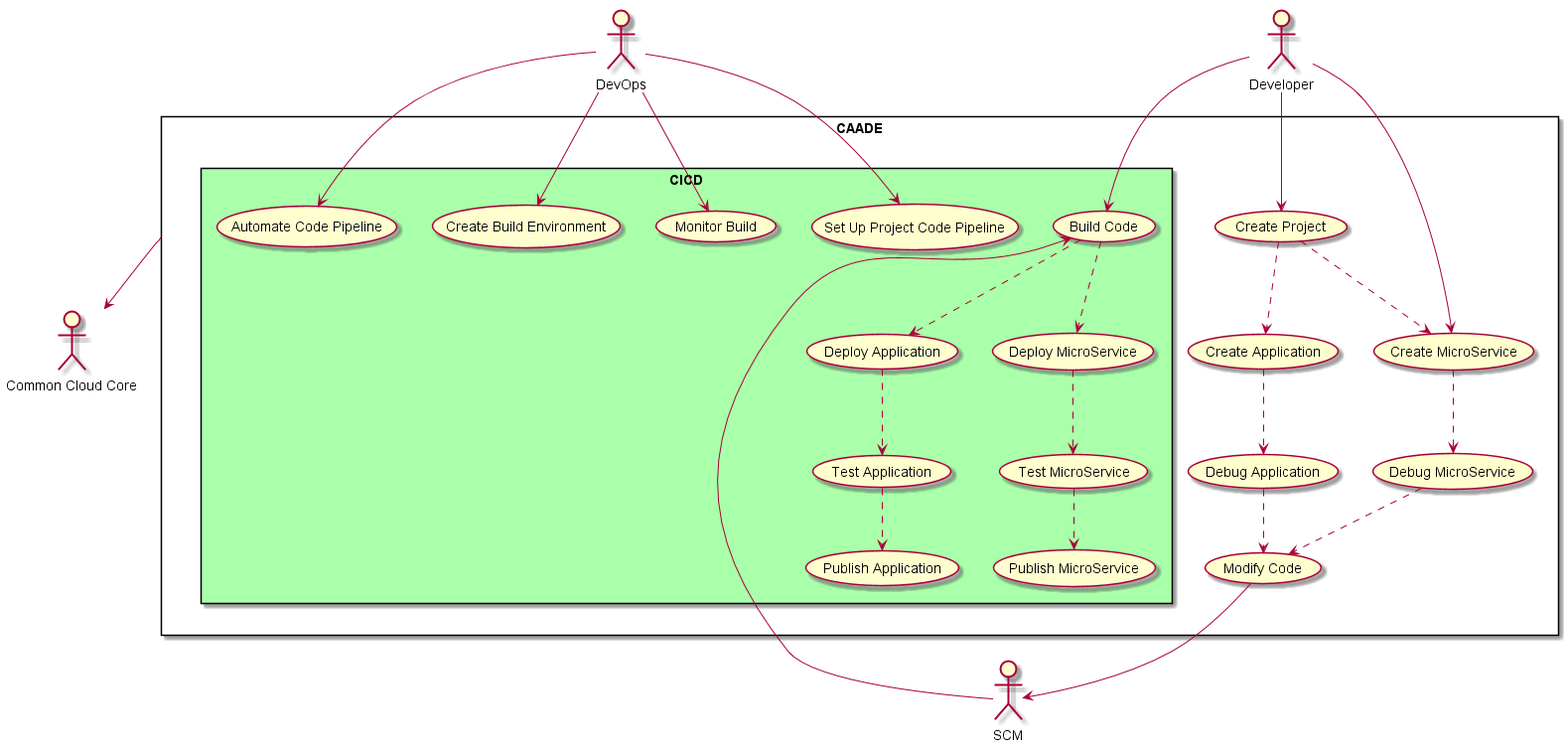
The PlantUML diagram docs/UseCases/UseCases.png in CAADE/CAADE, before a commit.
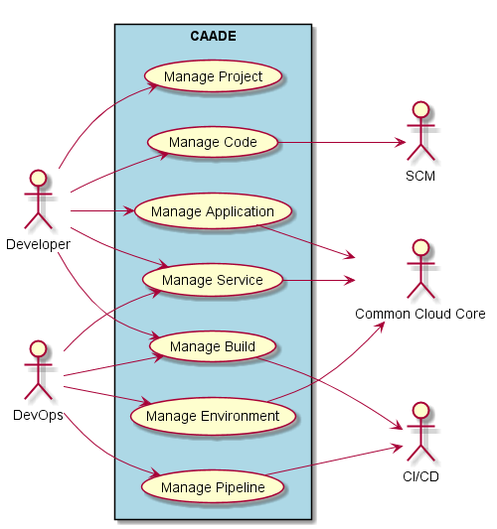
After the commit.

What changed in the source:
```diff
@@ -1,4 +1,6 @@
 @startuml
+
+left to right direction
 
 :Developer: as Dev
 :DevOps: as DevOps
@@ -6,50 +8,31 @@
 :SCM: as SCM
 :CI/CD: as CICD
 
-rectangle CAADE {
-    (Create Application) as CA
-    (Create MicroService) as CM
-    (Create Project) as CP
-    (Debug Application) as DA
-    (Debug MicroService) as DM
-    (Modify Code) as MC
-    rectangle CICD #aaffaa {
-        (Deploy Application) as DpA
-        (Deploy MicroService) as DpM
-        (Publish Application) as PA
-        (Publish MicroService) as PM
-        (Test Application) as TA
-        (Test MicroService) as TM
-        (Create Build Environment) as CBE
-        (Automate Code Pipeline) as ACP
-        (Set Up Project Code Pipeline) as SUPCP
-        (Build Code) as BC
-        (Monitor Build) as MB
-    }
+rectangle CAADE #lightblue {
+    (Manage Application) as MA
+    (Manage Code) as MC
+    (Manage Build) as MB
+    (Manage Environment) as ME
+    (Manage Pipeline) as MP
+    (Manage Project) as MProj
+    (Manage Service) as MS
 }
 
-DevOps --> ACP
-DevOps --> SUPCP
-DevOps --> CBE
 DevOps --> MB
-Dev -> CP
-CP ..> CA
-Dev --> CM
-CP ..> CM
-CA ..> DA
-CM ..> DM
-DM ..> MC
-DA ..> MC
-CAADE --> C3
-BC ..> DpA
-BC ..> DpM
+DevOps --> ME
+DevOps --> MP
+DevOps --> MS
+Dev --> MA
+Dev --> MC
+Dev --> MB
+Dev --> MProj
+Dev --> MS
+
 MC --> SCM
-SCM -> BC
-Dev --> BC
-DpA ..> TA
-DpM ..> TM
-TA ..> PA
-TM ..> PM
-
+ME --> C3
+MB --> CICD
+MP --> CICD
+MA --> C3
+MS --> C3
 
 @enduml
```
